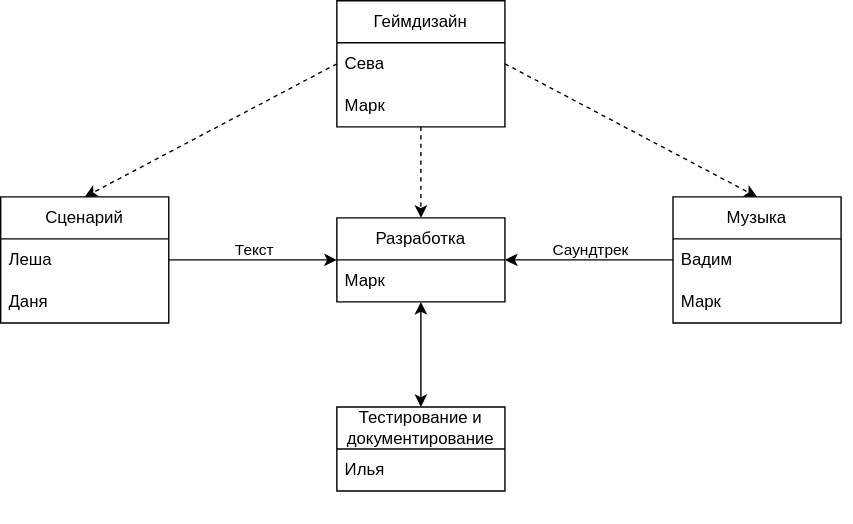
The draw.io diagram task_delegation.svg in mark3317/novel-game, before a commit. Source tidied: cells renumbered, new cells last; positions are measured from the earlier drawing's top-left corner, leaving out a move shared by most shapes.
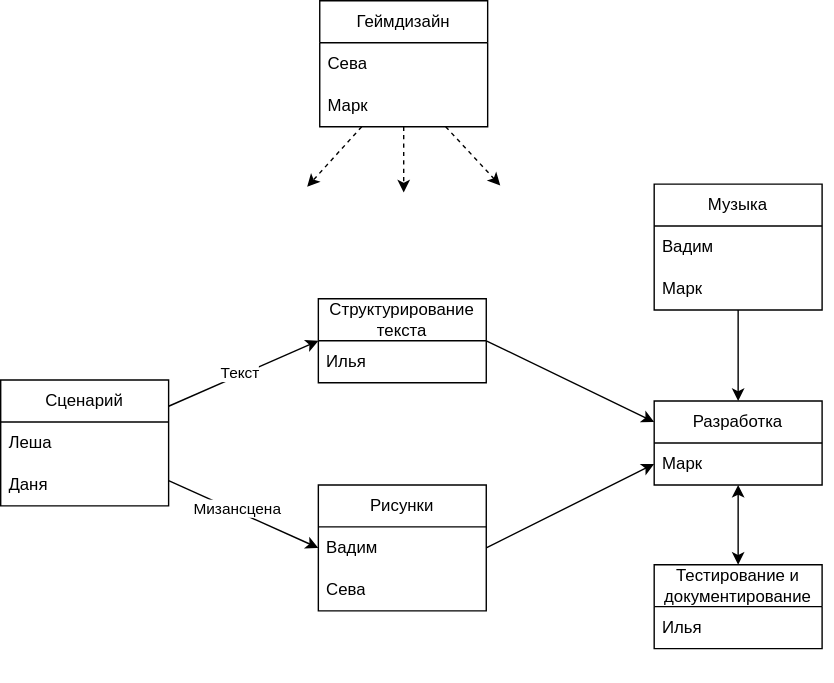
Above is the later version.

Commit message:
wip: редактирование диаграммы

Change to the diagram source:
```diff
@@ -3,7 +3,7 @@
     <mxCell id="0" />
     <mxCell id="1" parent="0" />
     <mxCell id="2" value="Геймдизайн" style="swimlane;fontStyle=0;horizontal=1;startSize=30;whiteSpace=wrap;html=1;labelBackgroundColor=none;" parent="1" vertex="1">
-      <mxGeometry x="240" width="120" height="90" as="geometry" />
+      <mxGeometry x="267" y="-31" width="120" height="90" as="geometry" />
     </mxCell>
     <mxCell id="3" value="Сева" style="text;strokeColor=none;fillColor=none;align=left;verticalAlign=middle;spacingLeft=4;spacingRight=4;overflow=hidden;points=[[0,0.5],[1,0.5]];portConstraint=eastwest;whiteSpace=wrap;html=1;labelBackgroundColor=none;" parent="2" vertex="1">
       <mxGeometry y="30" width="120" height="30" as="geometry" />
@@ -15,7 +15,7 @@
       <mxGeometry relative="1" as="geometry" />
     </mxCell>
     <mxCell id="6" value="Сценарий" style="swimlane;fontStyle=0;horizontal=1;startSize=30;whiteSpace=wrap;html=1;labelBackgroundColor=none;" parent="1" vertex="1">
-      <mxGeometry y="140" width="120" height="90" as="geometry" />
+      <mxGeometry x="39" y="240" width="120" height="90" as="geometry" />
     </mxCell>
     <mxCell id="7" value="Леша" style="text;strokeColor=none;fillColor=none;align=left;verticalAlign=middle;spacingLeft=4;spacingRight=4;overflow=hidden;points=[[0,0.5],[1,0.5]];portConstraint=eastwest;whiteSpace=wrap;html=1;labelBackgroundColor=none;" parent="6" vertex="1">
       <mxGeometry y="30" width="120" height="30" as="geometry" />
@@ -27,7 +27,7 @@
       <mxGeometry relative="1" as="geometry" />
     </mxCell>
     <mxCell id="10" value="Музыка" style="swimlane;fontStyle=0;horizontal=1;startSize=30;whiteSpace=wrap;html=1;labelBackgroundColor=none;" parent="1" vertex="1">
-      <mxGeometry x="480" y="140" width="120" height="90" as="geometry" />
+      <mxGeometry x="506" y="100" width="120" height="90" as="geometry" />
     </mxCell>
     <mxCell id="11" value="Вадим" style="text;strokeColor=none;fillColor=none;align=left;verticalAlign=middle;spacingLeft=4;spacingRight=4;overflow=hidden;points=[[0,0.5],[1,0.5]];portConstraint=eastwest;whiteSpace=wrap;html=1;labelBackgroundColor=none;" parent="10" vertex="1">
       <mxGeometry y="30" width="120" height="30" as="geometry" />
@@ -39,7 +39,7 @@
       <mxGeometry relative="1" as="geometry" />
     </mxCell>
     <mxCell id="14" value="Разработка" style="swimlane;fontStyle=0;horizontal=1;startSize=30;whiteSpace=wrap;html=1;labelBackgroundColor=none;" parent="1" vertex="1">
-      <mxGeometry x="240" y="155" width="120" height="60" as="geometry" />
+      <mxGeometry x="506" y="255" width="120" height="60" as="geometry" />
     </mxCell>
     <mxCell id="15" value="Марк" style="text;strokeColor=none;fillColor=none;align=left;verticalAlign=middle;spacingLeft=4;spacingRight=4;overflow=hidden;points=[[0,0.5],[1,0.5]];portConstraint=eastwest;whiteSpace=wrap;html=1;labelBackgroundColor=none;" parent="14" vertex="1">
       <mxGeometry y="30" width="120" height="30" as="geometry" />
@@ -51,7 +51,7 @@
       </mxGeometry>
     </mxCell>
     <mxCell id="17" value="Тестирование и документирование" style="swimlane;fontStyle=0;horizontal=1;startSize=30;whiteSpace=wrap;html=1;labelBackgroundColor=none;" parent="1" vertex="1">
-      <mxGeometry x="240" y="290" width="120" height="60" as="geometry" />
+      <mxGeometry x="506" y="372" width="120" height="60" as="geometry" />
     </mxCell>
     <mxCell id="18" value="Илья" style="text;strokeColor=none;fillColor=none;align=left;verticalAlign=middle;spacingLeft=4;spacingRight=4;overflow=hidden;whiteSpace=wrap;html=1;labelBackgroundColor=none;" parent="17" vertex="1">
       <mxGeometry y="30" width="120" height="30" as="geometry" />
@@ -62,33 +62,77 @@
         <mxPoint x="120" y="75" as="targetPoint" />
       </mxGeometry>
     </mxCell>
-    <mxCell id="20" style="endArrow=classic;html=1;rounded=0;exitX=1;exitY=0.5;exitDx=0;exitDy=0;labelBackgroundColor=none;fontColor=default;" parent="1" edge="1" source="7" target="14">
+    <mxCell id="20" style="endArrow=classic;html=1;rounded=0;labelBackgroundColor=none;fontColor=default;entryX=0;entryY=0.5;entryDx=0;entryDy=0;" parent="1" edge="1" source="6" target="28">
       <mxGeometry relative="1" as="geometry" />
     </mxCell>
-    <mxCell id="21" value="Текст" style="edgeLabel;html=1;align=center;verticalAlign=middle;labelBackgroundColor=none;" parent="20" vertex="1">
+    <mxCell id="21" value="Текст" style="edgeLabel;html=1;align=center;verticalAlign=middle;labelBackgroundColor=default;" parent="20" vertex="1">
       <mxGeometry x="-0.15" relative="1" as="geometry">
-        <mxPoint x="9" y="-8" as="offset" />
+        <mxPoint x="5" y="-4" as="offset" />
       </mxGeometry>
     </mxCell>
-    <mxCell id="22" style="edgeStyle=orthogonalEdgeStyle;rounded=0;jettySize=auto;html=1;exitX=0;exitY=0.5;exitDx=0;exitDy=0;labelBackgroundColor=none;fontColor=default;" parent="1" edge="1" source="11" target="14">
-      <mxGeometry relative="1" as="geometry" />
-    </mxCell>
-    <mxCell id="23" value="Саундтрек" style="edgeLabel;html=1;align=center;verticalAlign=middle;labelBackgroundColor=none;" parent="22" vertex="1">
-      <mxGeometry x="-0.18" y="-1" relative="1" as="geometry">
-        <mxPoint x="-11" y="-7" as="offset" />
-      </mxGeometry>
-    </mxCell>
-    <mxCell id="24" style="endArrow=classic;html=1;rounded=0;exitX=0;exitY=0.5;exitDx=0;exitDy=0;dashed=1;entryX=0.5;entryY=0;entryDx=0;entryDy=0;labelBackgroundColor=none;fontColor=default;" parent="1" edge="1" source="3" target="6">
-      <mxGeometry relative="1" as="geometry" />
+    <mxCell id="24" style="endArrow=classic;html=1;rounded=0;dashed=1;labelBackgroundColor=none;fontColor=default;exitX=0.25;exitY=1;exitDx=0;exitDy=0;" parent="1" edge="1" source="2">
+      <mxGeometry relative="1" as="geometry">
+        <mxPoint x="258" y="102" as="targetPoint" />
+      </mxGeometry>
     </mxCell>
-    <mxCell id="25" style="endArrow=classic;html=1;rounded=0;exitX=1;exitY=0.5;exitDx=0;exitDy=0;dashed=1;entryX=0.5;entryY=0;entryDx=0;entryDy=0;labelBackgroundColor=none;fontColor=default;" parent="1" edge="1" source="3" target="10">
-      <mxGeometry relative="1" as="geometry" />
-    </mxCell>
-    <mxCell id="26" style="endArrow=classic;html=1;rounded=0;dashed=1;labelBackgroundColor=none;fontColor=default;" parent="1" edge="1" source="2" target="14">
-      <mxGeometry relative="1" as="geometry" />
-    </mxCell>
     <mxCell id="27" style="endArrow=classic;startArrow=classic;html=1;rounded=0;labelBackgroundColor=none;fontColor=default;" parent="1" edge="1" source="17" target="14">
       <mxGeometry relative="1" as="geometry" />
     </mxCell>
+    <mxCell id="28" value="Структурирование текста" style="swimlane;fontStyle=0;horizontal=1;startSize=30;whiteSpace=wrap;html=1;labelBackgroundColor=none;" parent="1" vertex="1">
+      <mxGeometry x="266" y="182" width="120" height="60" as="geometry" />
+    </mxCell>
+    <mxCell id="29" style="edgeStyle=orthogonalEdgeStyle;rounded=0;orthogonalLoop=1;jettySize=auto;html=1;exitX=1;exitY=0.5;exitDx=0;exitDy=0;labelBackgroundColor=none;fontColor=default;" parent="28" edge="1">
+      <mxGeometry relative="1" as="geometry">
+        <mxPoint x="120" y="75" as="sourcePoint" />
+        <mxPoint x="120" y="75" as="targetPoint" />
+      </mxGeometry>
+    </mxCell>
+    <mxCell id="30" value="Илья" style="text;strokeColor=none;fillColor=none;align=left;verticalAlign=middle;spacingLeft=4;spacingRight=4;overflow=hidden;whiteSpace=wrap;html=1;labelBackgroundColor=none;" parent="28" vertex="1">
+      <mxGeometry y="30" width="120" height="30" as="geometry" />
+    </mxCell>
+    <mxCell id="31" value="Рисунки" style="swimlane;fontStyle=0;horizontal=1;startSize=30;whiteSpace=wrap;html=1;labelBackgroundColor=none;gradientColor=none;" parent="1" vertex="1">
+      <mxGeometry x="266" y="315" width="120" height="90" as="geometry" />
+    </mxCell>
+    <mxCell id="32" value="Вадим" style="text;strokeColor=none;fillColor=none;align=left;verticalAlign=middle;spacingLeft=4;spacingRight=4;overflow=hidden;points=[[0,0.5],[1,0.5]];portConstraint=eastwest;whiteSpace=wrap;html=1;labelBackgroundColor=none;" parent="31" vertex="1">
+      <mxGeometry y="30" width="120" height="30" as="geometry" />
+    </mxCell>
+    <mxCell id="33" value="Сева" style="text;strokeColor=none;fillColor=none;align=left;verticalAlign=middle;spacingLeft=4;spacingRight=4;overflow=hidden;points=[[0,0.5],[1,0.5]];portConstraint=eastwest;whiteSpace=wrap;html=1;labelBackgroundColor=none;" parent="31" vertex="1">
+      <mxGeometry y="60" width="120" height="30" as="geometry" />
+    </mxCell>
+    <mxCell id="34" style="edgeStyle=orthogonalEdgeStyle;rounded=0;orthogonalLoop=1;jettySize=auto;html=1;exitX=1;exitY=0.5;exitDx=0;exitDy=0;labelBackgroundColor=none;fontColor=default;" parent="31" edge="1" source="33" target="33">
+      <mxGeometry relative="1" as="geometry" />
+    </mxCell>
+    <mxCell id="35" style="endArrow=classic;html=1;rounded=0;labelBackgroundColor=none;fontColor=default;entryX=0;entryY=0.5;entryDx=0;entryDy=0;" parent="1" edge="1" source="6" target="32">
+      <mxGeometry relative="1" as="geometry" />
+    </mxCell>
+    <mxCell id="36" value="&lt;span style=&quot;color: rgba(0, 0, 0, 0); font-family: monospace; font-size: 0px; text-align: start;&quot;&gt;%3CmxGraphModel%3E%3Croot%3E%3CmxCell%20id%3D%220%22%2F%3E%3CmxCell%20id%3D%221%22%20parent%3D%220%22%2F%3E%3CmxCell%20id%3D%222%22%20value%3D%22%D0%9C%D0%B8%D0%B7%D0%B0%D0%BD%D1%81%D1%86%D0%B5%D0%BD%D0%B0%22%20style%3D%22edgeLabel%3Bhtml%3D1%3Balign%3Dcenter%3BverticalAlign%3Dmiddle%3Bresizable%3D0%3Bpoints%3D%5B%5D%3BlabelBackgroundColor%3Ddefault%3B%22%20vertex%3D%221%22%20connectable%3D%220%22%20parent%3D%221%22%3E%3CmxGeometry%20x%3D%22253.43104186987148%22%20y%3D%22313.8171842599645%22%20as%3D%22geometry%22%2F%3E%3C%2FmxCell%3E%3C%2Froot%3E%3C%2FmxGraphModel%3E&lt;/span&gt;&lt;span style=&quot;color: rgba(0, 0, 0, 0); font-family: monospace; font-size: 0px; text-align: start;&quot;&gt;%3CmxGraphModel%3E%3Croot%3E%3CmxCell%20id%3D%220%22%2F%3E%3CmxCell%20id%3D%221%22%20parent%3D%220%22%2F%3E%3CmxCell%20id%3D%222%22%20value%3D%22%D0%9C%D0%B8%D0%B7%D0%B0%D0%BD%D1%81%D1%86%D0%B5%D0%BD%D0%B0%22%20style%3D%22edgeLabel%3Bhtml%3D1%3Balign%3Dcenter%3BverticalAlign%3Dmiddle%3Bresizable%3D0%3Bpoints%3D%5B%5D%3BlabelBackgroundColor%3Ddefault%3B%22%20vertex%3D%221%22%20connectable%3D%220%22%20parent%3D%221%22%3E%3CmxGeometry%20x%3D%22253.43104186987148%22%20y%3D%22313.8171842599645%22%20as%3D%22geometry%22%2F%3E%3C%2FmxCell%3E%3C%2Froot%3E%3C%2FmxGraphModel%3E&lt;/span&gt;" style="edgeLabel;html=1;align=center;verticalAlign=middle;labelBackgroundColor=none;" parent="35" vertex="1">
+      <mxGeometry x="-0.15" relative="1" as="geometry">
+        <mxPoint x="4" y="-9" as="offset" />
+      </mxGeometry>
+    </mxCell>
+    <mxCell id="37" value="Мизансцена" style="edgeLabel;html=1;align=center;verticalAlign=middle;" parent="35" vertex="1">
+      <mxGeometry x="-0.18" y="-2" relative="1" as="geometry">
+        <mxPoint x="6" y="-2" as="offset" />
+      </mxGeometry>
+    </mxCell>
+    <mxCell id="38" style="endArrow=classic;html=1;rounded=0;dashed=1;labelBackgroundColor=none;fontColor=default;" parent="1" edge="1" source="4">
+      <mxGeometry relative="1" as="geometry">
+        <mxPoint x="327" y="106" as="targetPoint" />
+      </mxGeometry>
+    </mxCell>
+    <mxCell id="39" style="endArrow=classic;html=1;rounded=0;dashed=1;labelBackgroundColor=none;fontColor=default;exitX=0.75;exitY=1;exitDx=0;exitDy=0;" parent="1" edge="1" source="2">
+      <mxGeometry relative="1" as="geometry">
+        <mxPoint x="396" y="101" as="targetPoint" />
+      </mxGeometry>
+    </mxCell>
+    <mxCell id="40" style="endArrow=classic;html=1;rounded=0;labelBackgroundColor=none;fontColor=default;entryX=0;entryY=0.25;entryDx=0;entryDy=0;exitX=1;exitY=0.5;exitDx=0;exitDy=0;" parent="1" edge="1" source="28" target="14">
+      <mxGeometry relative="1" as="geometry" />
+    </mxCell>
+    <mxCell id="41" style="endArrow=classic;html=1;rounded=0;labelBackgroundColor=none;fontColor=default;entryX=0;entryY=0.5;entryDx=0;entryDy=0;exitX=1;exitY=0.5;exitDx=0;exitDy=0;" parent="1" edge="1" source="32" target="15">
+      <mxGeometry relative="1" as="geometry" />
+    </mxCell>
+    <mxCell id="42" style="endArrow=classic;html=1;rounded=0;entryX=0.5;entryY=0;entryDx=0;entryDy=0;" parent="1" edge="1" source="10" target="14">
+      <mxGeometry relative="1" as="geometry" />
+    </mxCell>
   </root>
 </mxGraphModel>
```
